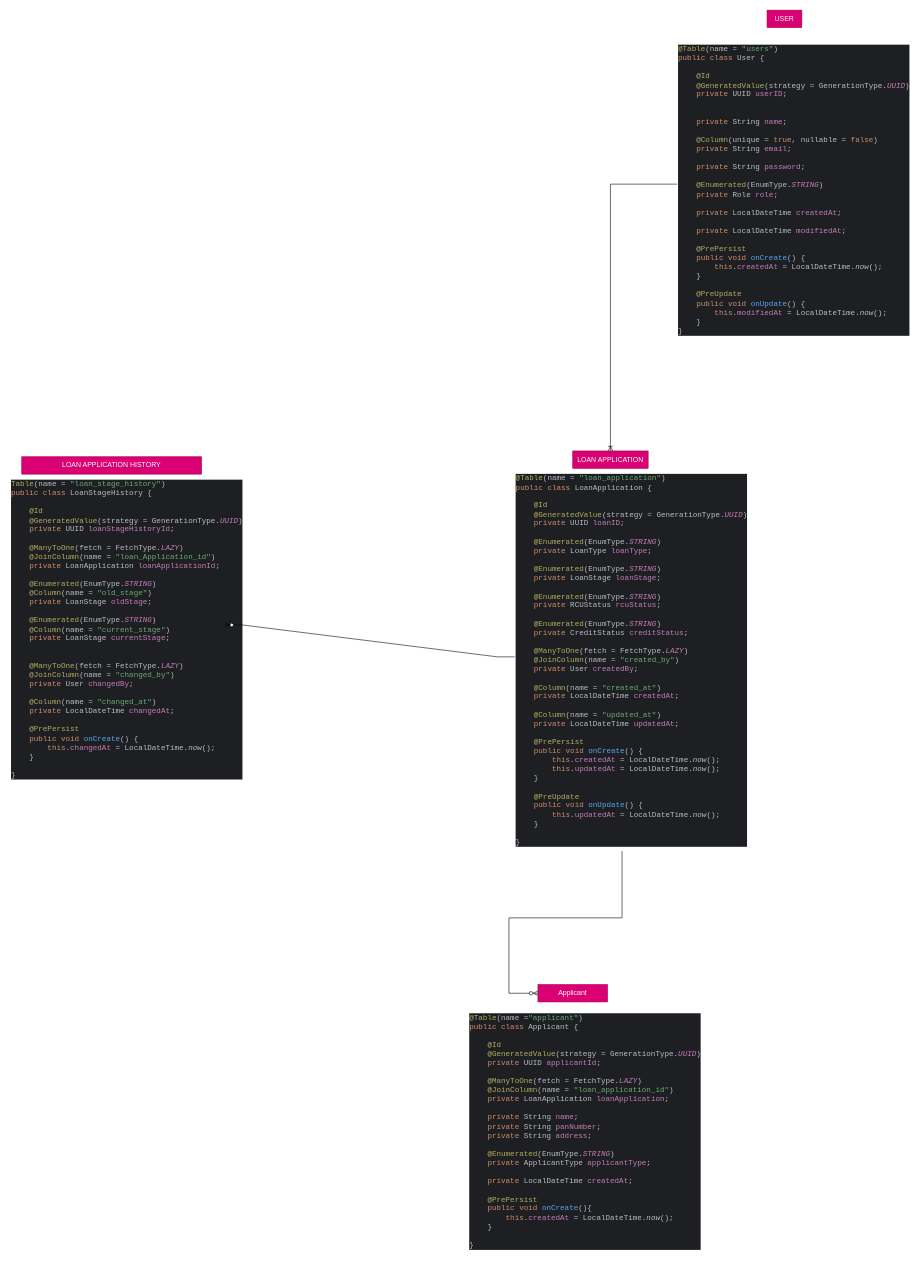
Above: Diagram/RCU workflow ER Diagram.drawio in NeoShubh/Loan-Application-System (draw.io), before the change. Source tidied: cells renumbered, new cells numbered last; positions are measured from the earlier drawing's top-left corner, leaving out a move shared by most shapes. Both pictures are drawn from the tidied source at 58%, with x=0, y=0 at pixel (10, 10).
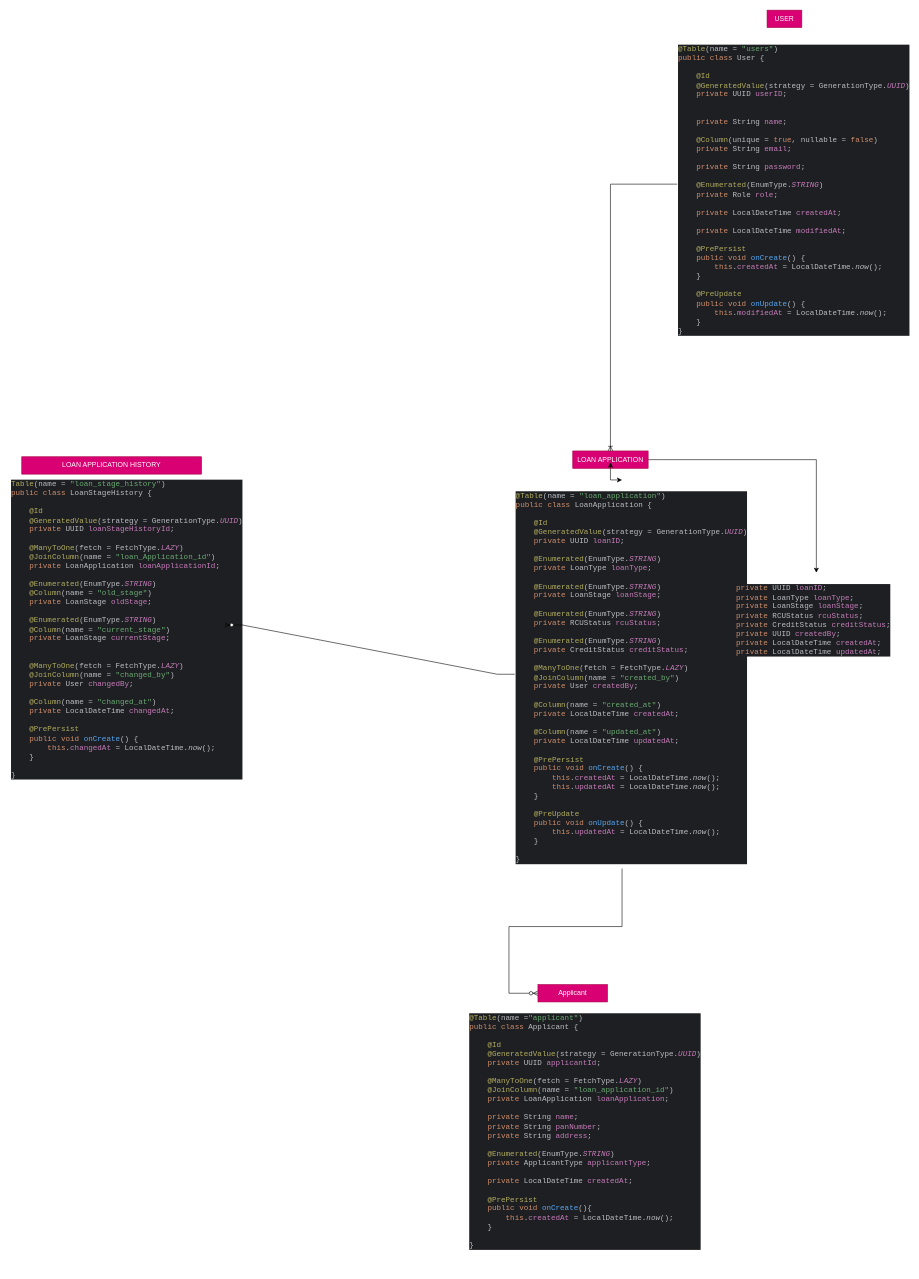
After the change.

The edit, as a diff of the source:
```diff
@@
 <mxGraphModel>
   <root>
     <mxCell id="0" />
     <mxCell id="1" parent="0" />
     <mxCell id="2" value="&lt;div style=&quot;background-color: rgb(30, 31, 34); color: rgb(188, 190, 196);&quot;&gt;&lt;pre style=&quot;font-family:'JetBrains Mono',monospace;font-size:9.8pt;&quot;&gt;&lt;span style=&quot;color: rgb(179, 174, 96);&quot;&gt;@Table&lt;/span&gt;(name = &lt;span style=&quot;color: rgb(106, 171, 115);&quot;&gt;&quot;users&quot;&lt;/span&gt;)&lt;br&gt;&lt;span style=&quot;color: rgb(207, 142, 109);&quot;&gt;public class &lt;/span&gt;User { &lt;br&gt;&lt;span style=&quot;white-space: pre;&quot;&gt;&#9;&lt;/span&gt;&lt;br&gt;    &lt;span style=&quot;color: rgb(179, 174, 96);&quot;&gt;@Id&lt;br&gt;&lt;/span&gt;&lt;span style=&quot;color: rgb(179, 174, 96);&quot;&gt;    @GeneratedValue&lt;/span&gt;(strategy = GenerationType.&lt;span style=&quot;color: rgb(199, 125, 187); font-style: italic;&quot;&gt;UUID&lt;/span&gt;)&lt;br&gt;    &lt;span style=&quot;color: rgb(207, 142, 109);&quot;&gt;private &lt;/span&gt;UUID &lt;span style=&quot;color: rgb(199, 125, 187);&quot;&gt;userID&lt;/span&gt;;&lt;br&gt;&lt;br&gt;&lt;br&gt;    &lt;span style=&quot;color: rgb(207, 142, 109);&quot;&gt;private &lt;/span&gt;String &lt;span style=&quot;color: rgb(199, 125, 187);&quot;&gt;name&lt;/span&gt;;&lt;br&gt;&lt;br&gt;    &lt;span style=&quot;color: rgb(179, 174, 96);&quot;&gt;@Column&lt;/span&gt;(unique = &lt;span style=&quot;color: rgb(207, 142, 109);&quot;&gt;true&lt;/span&gt;, nullable = &lt;span style=&quot;color: rgb(207, 142, 109);&quot;&gt;false&lt;/span&gt;)&lt;br&gt;    &lt;span style=&quot;color: rgb(207, 142, 109);&quot;&gt;private &lt;/span&gt;String &lt;span style=&quot;color: rgb(199, 125, 187);&quot;&gt;email&lt;/span&gt;;&lt;br&gt;&lt;br&gt;    &lt;span style=&quot;color: rgb(207, 142, 109);&quot;&gt;private &lt;/span&gt;String &lt;span style=&quot;color: rgb(199, 125, 187);&quot;&gt;password&lt;/span&gt;;&lt;br&gt;&lt;br&gt;    &lt;span style=&quot;color: rgb(179, 174, 96);&quot;&gt;@Enumerated&lt;/span&gt;(EnumType.&lt;span style=&quot;color: rgb(199, 125, 187); font-style: italic;&quot;&gt;STRING&lt;/span&gt;)&lt;br&gt;    &lt;span style=&quot;color: rgb(207, 142, 109);&quot;&gt;private &lt;/span&gt;Role &lt;span style=&quot;color: rgb(199, 125, 187);&quot;&gt;role&lt;/span&gt;;&lt;br&gt;&lt;br&gt;    &lt;span style=&quot;color: rgb(207, 142, 109);&quot;&gt;private &lt;/span&gt;LocalDateTime &lt;span style=&quot;color: rgb(199, 125, 187);&quot;&gt;createdAt&lt;/span&gt;;&lt;br&gt;&lt;br&gt;    &lt;span style=&quot;color: rgb(207, 142, 109);&quot;&gt;private &lt;/span&gt;LocalDateTime &lt;span style=&quot;color: rgb(199, 125, 187);&quot;&gt;modifiedAt&lt;/span&gt;;&lt;br&gt;&lt;br&gt;    &lt;span style=&quot;color: rgb(179, 174, 96);&quot;&gt;@PrePersist&lt;br&gt;&lt;/span&gt;&lt;span style=&quot;color: rgb(179, 174, 96);&quot;&gt;    &lt;/span&gt;&lt;span style=&quot;color: rgb(207, 142, 109);&quot;&gt;public void &lt;/span&gt;&lt;span style=&quot;color: rgb(86, 168, 245);&quot;&gt;onCreate&lt;/span&gt;() {&lt;br&gt;        &lt;span style=&quot;color: rgb(207, 142, 109);&quot;&gt;this&lt;/span&gt;.&lt;span style=&quot;color: rgb(199, 125, 187);&quot;&gt;createdAt &lt;/span&gt;= LocalDateTime.&lt;span style=&quot;font-style:italic;&quot;&gt;now&lt;/span&gt;();&lt;br&gt;    }&lt;br&gt;&lt;br&gt;    &lt;span style=&quot;color: rgb(179, 174, 96);&quot;&gt;@PreUpdate&lt;br&gt;&lt;/span&gt;&lt;span style=&quot;color: rgb(179, 174, 96);&quot;&gt;    &lt;/span&gt;&lt;span style=&quot;color: rgb(207, 142, 109);&quot;&gt;public void &lt;/span&gt;&lt;span style=&quot;color: rgb(86, 168, 245);&quot;&gt;onUpdate&lt;/span&gt;() {&lt;br&gt;        &lt;span style=&quot;color: rgb(207, 142, 109);&quot;&gt;this&lt;/span&gt;.&lt;span style=&quot;color: rgb(199, 125, 187);&quot;&gt;modifiedAt &lt;/span&gt;= LocalDateTime.&lt;span style=&quot;font-style:italic;&quot;&gt;now&lt;/span&gt;();&lt;br&gt;    }&lt;br&gt;}&lt;/pre&gt;&lt;/div&gt;" style="text;whiteSpace=wrap;html=1;" parent="1" vertex="1">
       <mxGeometry x="1150" y="40" width="370" height="520" as="geometry" />
     </mxCell>
     <mxCell id="3" value="USER" style="text;html=1;whiteSpace=wrap;strokeColor=#A50040;fillColor=#d80073;align=center;verticalAlign=middle;rounded=0;fontColor=#ffffff;" parent="1" vertex="1">
       <mxGeometry x="1305" width="60" height="30" as="geometry" />
     </mxCell>
     <mxCell id="4" value="&lt;div style=&quot;background-color: rgb(30, 31, 34); color: rgb(188, 190, 196);&quot;&gt;&lt;pre style=&quot;font-family:'JetBrains Mono',monospace;font-size:9.8pt;&quot;&gt;&lt;span style=&quot;color: rgb(179, 174, 96);&quot;&gt;@Table&lt;/span&gt;(name = &lt;span style=&quot;color: rgb(106, 171, 115);&quot;&gt;&quot;loan_application&quot;&lt;/span&gt;)&lt;br&gt;&lt;span style=&quot;color: rgb(207, 142, 109);&quot;&gt;public class &lt;/span&gt;LoanApplication {&lt;br&gt;&lt;br&gt;    &lt;span style=&quot;color: rgb(179, 174, 96);&quot;&gt;@Id&lt;br&gt;&lt;/span&gt;&lt;span style=&quot;color: rgb(179, 174, 96);&quot;&gt;    @GeneratedValue&lt;/span&gt;(strategy = GenerationType.&lt;span style=&quot;color: rgb(199, 125, 187); font-style: italic;&quot;&gt;UUID&lt;/span&gt;)&lt;br&gt;    &lt;span style=&quot;color: rgb(207, 142, 109);&quot;&gt;private &lt;/span&gt;UUID &lt;span style=&quot;color: rgb(199, 125, 187);&quot;&gt;loanID&lt;/span&gt;;&lt;br&gt;&lt;br&gt;    &lt;span style=&quot;color: rgb(179, 174, 96);&quot;&gt;@Enumerated&lt;/span&gt;(EnumType.&lt;span style=&quot;color: rgb(199, 125, 187); font-style: italic;&quot;&gt;STRING&lt;/span&gt;)&lt;br&gt;    &lt;span style=&quot;color: rgb(207, 142, 109);&quot;&gt;private &lt;/span&gt;LoanType &lt;span style=&quot;color: rgb(199, 125, 187);&quot;&gt;loanType&lt;/span&gt;;&lt;br&gt;&lt;br&gt;    &lt;span style=&quot;color: rgb(179, 174, 96);&quot;&gt;@Enumerated&lt;/span&gt;(EnumType.&lt;span style=&quot;color: rgb(199, 125, 187); font-style: italic;&quot;&gt;STRING&lt;/span&gt;)&lt;br&gt;    &lt;span style=&quot;color: rgb(207, 142, 109);&quot;&gt;private &lt;/span&gt;LoanStage &lt;span style=&quot;color: rgb(199, 125, 187);&quot;&gt;loanStage&lt;/span&gt;;&lt;br&gt;&lt;br&gt;    &lt;span style=&quot;color: rgb(179, 174, 96);&quot;&gt;@Enumerated&lt;/span&gt;(EnumType.&lt;span style=&quot;color: rgb(199, 125, 187); font-style: italic;&quot;&gt;STRING&lt;/span&gt;)&lt;br&gt;    &lt;span style=&quot;color: rgb(207, 142, 109);&quot;&gt;private &lt;/span&gt;RCUStatus &lt;span style=&quot;color: rgb(199, 125, 187);&quot;&gt;rcuStatus&lt;/span&gt;;&lt;br&gt;&lt;br&gt;    &lt;span style=&quot;color: rgb(179, 174, 96);&quot;&gt;@Enumerated&lt;/span&gt;(EnumType.&lt;span style=&quot;color: rgb(199, 125, 187); font-style: italic;&quot;&gt;STRING&lt;/span&gt;)&lt;br&gt;    &lt;span style=&quot;color: rgb(207, 142, 109);&quot;&gt;private &lt;/span&gt;CreditStatus &lt;span style=&quot;color: rgb(199, 125, 187);&quot;&gt;creditStatus&lt;/span&gt;;&lt;br&gt;&lt;br&gt;    &lt;span style=&quot;color: rgb(179, 174, 96);&quot;&gt;@ManyToOne&lt;/span&gt;(fetch = FetchType.&lt;span style=&quot;color: rgb(199, 125, 187); font-style: italic;&quot;&gt;LAZY&lt;/span&gt;)&lt;br&gt;    &lt;span style=&quot;color: rgb(179, 174, 96);&quot;&gt;@JoinColumn&lt;/span&gt;(name = &lt;span style=&quot;color: rgb(106, 171, 115);&quot;&gt;&quot;created_by&quot;&lt;/span&gt;)  &lt;span style=&quot;color: rgb(122, 126, 133);&quot;&gt;&lt;br&gt;&lt;/span&gt;&lt;span style=&quot;color: rgb(122, 126, 133);&quot;&gt;    &lt;/span&gt;&lt;span style=&quot;color: rgb(207, 142, 109);&quot;&gt;private &lt;/span&gt;User &lt;span style=&quot;color: rgb(199, 125, 187);&quot;&gt;createdBy&lt;/span&gt;;&lt;br&gt;&lt;br&gt;    &lt;span style=&quot;color: rgb(179, 174, 96);&quot;&gt;@Column&lt;/span&gt;(name = &lt;span style=&quot;color: rgb(106, 171, 115);&quot;&gt;&quot;created_at&quot;&lt;/span&gt;)&lt;br&gt;    &lt;span style=&quot;color: rgb(207, 142, 109);&quot;&gt;private &lt;/span&gt;LocalDateTime &lt;span style=&quot;color: rgb(199, 125, 187);&quot;&gt;createdAt&lt;/span&gt;;&lt;br&gt;&lt;br&gt;    &lt;span style=&quot;color: rgb(179, 174, 96);&quot;&gt;@Column&lt;/span&gt;(name = &lt;span style=&quot;color: rgb(106, 171, 115);&quot;&gt;&quot;updated_at&quot;&lt;/span&gt;)&lt;br&gt;    &lt;span style=&quot;color: rgb(207, 142, 109);&quot;&gt;private &lt;/span&gt;LocalDateTime &lt;span style=&quot;color: rgb(199, 125, 187);&quot;&gt;updatedAt&lt;/span&gt;;&lt;br&gt;&lt;br&gt;    &lt;span style=&quot;color: rgb(179, 174, 96);&quot;&gt;@PrePersist&lt;br&gt;&lt;/span&gt;&lt;span style=&quot;color: rgb(179, 174, 96);&quot;&gt;    &lt;/span&gt;&lt;span style=&quot;color: rgb(207, 142, 109);&quot;&gt;public void &lt;/span&gt;&lt;span style=&quot;color: rgb(86, 168, 245);&quot;&gt;onCreate&lt;/span&gt;() {&lt;br&gt;        &lt;span style=&quot;color: rgb(207, 142, 109);&quot;&gt;this&lt;/span&gt;.&lt;span style=&quot;color: rgb(199, 125, 187);&quot;&gt;createdAt &lt;/span&gt;= LocalDateTime.&lt;span style=&quot;font-style:italic;&quot;&gt;now&lt;/span&gt;();&lt;br&gt;        &lt;span style=&quot;color: rgb(207, 142, 109);&quot;&gt;this&lt;/span&gt;.&lt;span style=&quot;color: rgb(199, 125, 187);&quot;&gt;updatedAt &lt;/span&gt;= LocalDateTime.&lt;span style=&quot;font-style:italic;&quot;&gt;now&lt;/span&gt;();&lt;br&gt;    }&lt;br&gt;&lt;br&gt;    &lt;span style=&quot;color: rgb(179, 174, 96);&quot;&gt;@PreUpdate&lt;br&gt;&lt;/span&gt;&lt;span style=&quot;color: rgb(179, 174, 96);&quot;&gt;    &lt;/span&gt;&lt;span style=&quot;color: rgb(207, 142, 109);&quot;&gt;public void &lt;/span&gt;&lt;span style=&quot;color: rgb(86, 168, 245);&quot;&gt;onUpdate&lt;/span&gt;() {&lt;br&gt;        &lt;span style=&quot;color: rgb(207, 142, 109);&quot;&gt;this&lt;/span&gt;.&lt;span style=&quot;color: rgb(199, 125, 187);&quot;&gt;updatedAt &lt;/span&gt;= LocalDateTime.&lt;span style=&quot;font-style:italic;&quot;&gt;now&lt;/span&gt;();&lt;br&gt;    }&lt;br&gt;&lt;br&gt;}&lt;br&gt;&lt;/pre&gt;&lt;/div&gt;" style="text;whiteSpace=wrap;html=1;" parent="1" vertex="1">
-      <mxGeometry x="870" y="780" width="370" height="670" as="geometry" />
+      <mxGeometry x="870" y="810" width="370" height="670" as="geometry" />
     </mxCell>
     <mxCell id="5" value="&lt;div style=&quot;background-color: rgb(30, 31, 34); color: rgb(188, 190, 196);&quot;&gt;&lt;pre style=&quot;font-family:'JetBrains Mono',monospace;font-size:9.8pt;&quot;&gt;&lt;span style=&quot;color: rgb(179, 174, 96);&quot;&gt;Table&lt;/span&gt;(name = &lt;span style=&quot;color: rgb(106, 171, 115);&quot;&gt;&quot;loan_stage_history&quot;&lt;/span&gt;)&lt;br&gt;&lt;span style=&quot;color: rgb(207, 142, 109);&quot;&gt;public class &lt;/span&gt;LoanStageHistory {&lt;br&gt;&lt;br&gt;    &lt;span style=&quot;color: rgb(179, 174, 96);&quot;&gt;@Id&lt;br&gt;&lt;/span&gt;&lt;span style=&quot;color: rgb(179, 174, 96);&quot;&gt;    @GeneratedValue&lt;/span&gt;(strategy = GenerationType.&lt;span style=&quot;color: rgb(199, 125, 187); font-style: italic;&quot;&gt;UUID&lt;/span&gt;)&lt;br&gt;    &lt;span style=&quot;color: rgb(207, 142, 109);&quot;&gt;private &lt;/span&gt;UUID &lt;span style=&quot;color: rgb(199, 125, 187);&quot;&gt;loanStageHistoryId&lt;/span&gt;;&lt;br&gt;&lt;br&gt;    &lt;span style=&quot;color: rgb(179, 174, 96);&quot;&gt;@ManyToOne&lt;/span&gt;(fetch = FetchType.&lt;span style=&quot;color: rgb(199, 125, 187); font-style: italic;&quot;&gt;LAZY&lt;/span&gt;)&lt;br&gt;    &lt;span style=&quot;color: rgb(179, 174, 96);&quot;&gt;@JoinColumn&lt;/span&gt;(name = &lt;span style=&quot;color: rgb(106, 171, 115);&quot;&gt;&quot;loan_Application_id&quot;&lt;/span&gt;)&lt;br&gt;    &lt;span style=&quot;color: rgb(207, 142, 109);&quot;&gt;private &lt;/span&gt;LoanApplication &lt;span style=&quot;color: rgb(199, 125, 187);&quot;&gt;loanApplicationId&lt;/span&gt;; &lt;span style=&quot;color: rgb(122, 126, 133);&quot;&gt;&lt;br&gt;&lt;/span&gt;&lt;span style=&quot;color: rgb(122, 126, 133);&quot;&gt;&lt;br&gt;&lt;/span&gt;&lt;span style=&quot;color: rgb(122, 126, 133);&quot;&gt;    &lt;/span&gt;&lt;span style=&quot;color: rgb(179, 174, 96);&quot;&gt;@Enumerated&lt;/span&gt;(EnumType.&lt;span style=&quot;color: rgb(199, 125, 187); font-style: italic;&quot;&gt;STRING&lt;/span&gt;)&lt;br&gt;    &lt;span style=&quot;color: rgb(179, 174, 96);&quot;&gt;@Column&lt;/span&gt;(name = &lt;span style=&quot;color: rgb(106, 171, 115);&quot;&gt;&quot;old_stage&quot;&lt;/span&gt;)&lt;br&gt;    &lt;span style=&quot;color: rgb(207, 142, 109);&quot;&gt;private &lt;/span&gt;LoanStage &lt;span style=&quot;color: rgb(199, 125, 187);&quot;&gt;oldStage&lt;/span&gt;;&lt;br&gt;&lt;br&gt;    &lt;span style=&quot;color: rgb(179, 174, 96);&quot;&gt;@Enumerated&lt;/span&gt;(EnumType.&lt;span style=&quot;color: rgb(199, 125, 187); font-style: italic;&quot;&gt;STRING&lt;/span&gt;)&lt;br&gt;    &lt;span style=&quot;color: rgb(179, 174, 96);&quot;&gt;@Column&lt;/span&gt;(name = &lt;span style=&quot;color: rgb(106, 171, 115);&quot;&gt;&quot;current_stage&quot;&lt;/span&gt;)&lt;br&gt;    &lt;span style=&quot;color: rgb(207, 142, 109);&quot;&gt;private &lt;/span&gt;LoanStage &lt;span style=&quot;color: rgb(199, 125, 187);&quot;&gt;currentStage&lt;/span&gt;;&lt;br&gt;&lt;br&gt;&lt;br&gt;    &lt;span style=&quot;color: rgb(179, 174, 96);&quot;&gt;@ManyToOne&lt;/span&gt;(fetch = FetchType.&lt;span style=&quot;color: rgb(199, 125, 187); font-style: italic;&quot;&gt;LAZY&lt;/span&gt;)&lt;br&gt;    &lt;span style=&quot;color: rgb(179, 174, 96);&quot;&gt;@JoinColumn&lt;/span&gt;(name = &lt;span style=&quot;color: rgb(106, 171, 115);&quot;&gt;&quot;changed_by&quot;&lt;/span&gt;)&lt;br&gt;    &lt;span style=&quot;color: rgb(207, 142, 109);&quot;&gt;private &lt;/span&gt;User &lt;span style=&quot;color: rgb(199, 125, 187);&quot;&gt;changedBy&lt;/span&gt;;&lt;br&gt;&lt;br&gt;    &lt;span style=&quot;color: rgb(179, 174, 96);&quot;&gt;@Column&lt;/span&gt;(name = &lt;span style=&quot;color: rgb(106, 171, 115);&quot;&gt;&quot;changed_at&quot;&lt;/span&gt;)&lt;br&gt;    &lt;span style=&quot;color: rgb(207, 142, 109);&quot;&gt;private &lt;/span&gt;LocalDateTime &lt;span style=&quot;color: rgb(199, 125, 187);&quot;&gt;changedAt&lt;/span&gt;;&lt;br&gt;&lt;br&gt;    &lt;span style=&quot;color: rgb(179, 174, 96);&quot;&gt;@PrePersist&lt;br&gt;&lt;/span&gt;&lt;span style=&quot;color: rgb(179, 174, 96);&quot;&gt;    &lt;/span&gt;&lt;span style=&quot;color: rgb(207, 142, 109);&quot;&gt;public void &lt;/span&gt;&lt;span style=&quot;color: rgb(86, 168, 245);&quot;&gt;onCreate&lt;/span&gt;() {&lt;br&gt;        &lt;span style=&quot;color: rgb(207, 142, 109);&quot;&gt;this&lt;/span&gt;.&lt;span style=&quot;color: rgb(199, 125, 187);&quot;&gt;changedAt &lt;/span&gt;= LocalDateTime.&lt;span style=&quot;font-style:italic;&quot;&gt;now&lt;/span&gt;();&lt;br&gt;    }&lt;br&gt;&lt;br&gt;}&lt;br&gt;&lt;/pre&gt;&lt;/div&gt;" style="text;whiteSpace=wrap;html=1;" parent="1" vertex="1">
       <mxGeometry y="790" width="370" height="540" as="geometry" />
     </mxCell>
+    <mxCell id="13" style="edgeStyle=orthogonalEdgeStyle;rounded=0;jettySize=auto;html=1;" parent="1" edge="1" source="6" target="15">
+      <mxGeometry relative="1" as="geometry" />
+    </mxCell>
+    <mxCell id="14" style="edgeStyle=orthogonalEdgeStyle;rounded=0;jettySize=auto;html=1;" parent="1" edge="1" source="6" target="4">
+      <mxGeometry relative="1" as="geometry" />
+    </mxCell>
     <mxCell id="6" value="LOAN APPLICATION" style="text;html=1;whiteSpace=wrap;strokeColor=#A50040;fillColor=#d80073;align=center;verticalAlign=middle;rounded=0;fontColor=#ffffff;" parent="1" vertex="1">
       <mxGeometry x="970" y="760" width="130" height="30" as="geometry" />
     </mxCell>
     <mxCell id="7" value="LOAN APPLICATION HISTORY" style="text;html=1;whiteSpace=wrap;strokeColor=#A50040;fillColor=#d80073;align=center;verticalAlign=middle;rounded=0;fontColor=#ffffff;" parent="1" vertex="1">
       <mxGeometry x="20" y="770" width="310" height="30" as="geometry" />
     </mxCell>
     <mxCell id="8" value="&lt;div style=&quot;background-color:#1e1f22;color:#bcbec4&quot;&gt;&lt;pre style=&quot;font-family:'JetBrains Mono',monospace;font-size:9.8pt;&quot;&gt;&lt;span style=&quot;color:#b3ae60;&quot;&gt;@Table&lt;/span&gt;(name =&lt;span style=&quot;color:#6aab73;&quot;&gt;&quot;applicant&quot;&lt;/span&gt;)&lt;br&gt;&lt;span style=&quot;color:#cf8e6d;&quot;&gt;public class &lt;/span&gt;Applicant {&lt;br&gt;&lt;br&gt;    &lt;span style=&quot;color:#b3ae60;&quot;&gt;@Id&lt;br&gt;&lt;/span&gt;&lt;span style=&quot;color:#b3ae60;&quot;&gt;    @GeneratedValue&lt;/span&gt;(strategy = GenerationType.&lt;span style=&quot;color:#c77dbb;font-style:italic;&quot;&gt;UUID&lt;/span&gt;)&lt;br&gt;    &lt;span style=&quot;color:#cf8e6d;&quot;&gt;private &lt;/span&gt;UUID &lt;span style=&quot;color:#c77dbb;&quot;&gt;applicantId&lt;/span&gt;;&lt;br&gt;&lt;br&gt;    &lt;span style=&quot;color:#b3ae60;&quot;&gt;@ManyToOne&lt;/span&gt;(fetch = FetchType.&lt;span style=&quot;color:#c77dbb;font-style:italic;&quot;&gt;LAZY&lt;/span&gt;)&lt;br&gt;    &lt;span style=&quot;color:#b3ae60;&quot;&gt;@JoinColumn&lt;/span&gt;(name = &lt;span style=&quot;color:#6aab73;&quot;&gt;&quot;loan_application_id&quot;&lt;/span&gt;)&lt;br&gt;    &lt;span style=&quot;color:#cf8e6d;&quot;&gt;private &lt;/span&gt;LoanApplication &lt;span style=&quot;color:#c77dbb;&quot;&gt;loanApplication&lt;/span&gt;;&lt;br&gt;&lt;br&gt;    &lt;span style=&quot;color:#cf8e6d;&quot;&gt;private &lt;/span&gt;String &lt;span style=&quot;color:#c77dbb;&quot;&gt;name&lt;/span&gt;;&lt;br&gt;    &lt;span style=&quot;color:#cf8e6d;&quot;&gt;private &lt;/span&gt;String &lt;span style=&quot;color:#c77dbb;&quot;&gt;panNumber&lt;/span&gt;;&lt;br&gt;    &lt;span style=&quot;color:#cf8e6d;&quot;&gt;private &lt;/span&gt;String &lt;span style=&quot;color:#c77dbb;&quot;&gt;address&lt;/span&gt;;&lt;br&gt;&lt;br&gt;    &lt;span style=&quot;color:#b3ae60;&quot;&gt;@Enumerated&lt;/span&gt;(EnumType.&lt;span style=&quot;color:#c77dbb;font-style:italic;&quot;&gt;STRING&lt;/span&gt;)&lt;br&gt;    &lt;span style=&quot;color:#cf8e6d;&quot;&gt;private &lt;/span&gt;ApplicantType &lt;span style=&quot;color:#c77dbb;&quot;&gt;applicantType&lt;/span&gt;;&lt;br&gt;&lt;br&gt;    &lt;span style=&quot;color:#cf8e6d;&quot;&gt;private &lt;/span&gt;LocalDateTime &lt;span style=&quot;color:#c77dbb;&quot;&gt;createdAt&lt;/span&gt;;&lt;br&gt;&lt;br&gt;    &lt;span style=&quot;color:#b3ae60;&quot;&gt;@PrePersist&lt;br&gt;&lt;/span&gt;&lt;span style=&quot;color:#b3ae60;&quot;&gt;    &lt;/span&gt;&lt;span style=&quot;color:#cf8e6d;&quot;&gt;public void &lt;/span&gt;&lt;span style=&quot;color:#56a8f5;&quot;&gt;onCreate&lt;/span&gt;(){&lt;br&gt;        &lt;span style=&quot;color:#cf8e6d;&quot;&gt;this&lt;/span&gt;.&lt;span style=&quot;color:#c77dbb;&quot;&gt;createdAt &lt;/span&gt;= LocalDateTime.&lt;span style=&quot;font-style:italic;&quot;&gt;now&lt;/span&gt;();&lt;br&gt;    }&lt;br&gt;&lt;br&gt;}&lt;br&gt;&lt;/pre&gt;&lt;/div&gt;" style="text;whiteSpace=wrap;html=1;" parent="1" vertex="1">
       <mxGeometry x="790" y="1710" width="400" height="460" as="geometry" />
     </mxCell>
     <mxCell id="9" value="Applicant" style="text;html=1;whiteSpace=wrap;strokeColor=#A50040;fillColor=#d80073;align=center;verticalAlign=middle;rounded=0;fontColor=#ffffff;" parent="1" vertex="1">
       <mxGeometry x="910" y="1680" width="120" height="30" as="geometry" />
     </mxCell>
     <mxCell id="10" style="edgeStyle=orthogonalEdgeStyle;fontSize=12;html=1;endArrow=ERoneToMany;rounded=0;entryX=0.5;entryY=0;entryDx=0;entryDy=0;" parent="1" edge="1" source="2" target="6">
       <mxGeometry relative="1" as="geometry" />
     </mxCell>
     <mxCell id="11" style="edgeStyle=entityRelationEdgeStyle;fontSize=12;html=1;endArrow=ERzeroToMany;endFill=1;rounded=0;entryX=1;entryY=0.5;entryDx=0;entryDy=0;exitX=0;exitY=0.5;exitDx=0;exitDy=0;" parent="1" edge="1" source="4" target="5">
       <mxGeometry relative="1" as="geometry" />
     </mxCell>
     <mxCell id="12" style="edgeStyle=orthogonalEdgeStyle;fontSize=12;html=1;endArrow=ERzeroToMany;endFill=1;rounded=0;exitX=0.5;exitY=1;exitDx=0;exitDy=0;entryX=0;entryY=0.5;entryDx=0;entryDy=0;" parent="1" edge="1" source="4" target="9">
       <mxGeometry relative="1" as="geometry" />
     </mxCell>
+    <mxCell id="15" value="&lt;div style=&quot;background-color:#1e1f22;color:#bcbec4&quot;&gt;&lt;pre style=&quot;font-family:'JetBrains Mono',monospace;font-size:9.8pt;&quot;&gt;&lt;span style=&quot;color:#cf8e6d;&quot;&gt;private &lt;/span&gt;UUID &lt;span style=&quot;color:#c77dbb;&quot;&gt;loanID&lt;/span&gt;;&lt;br&gt;&lt;span style=&quot;color:#cf8e6d;&quot;&gt;private &lt;/span&gt;LoanType &lt;span style=&quot;color:#c77dbb;&quot;&gt;loanType&lt;/span&gt;;&lt;br&gt;&lt;span style=&quot;color:#cf8e6d;&quot;&gt;private &lt;/span&gt;LoanStage &lt;span style=&quot;color:#c77dbb;&quot;&gt;loanStage&lt;/span&gt;;&lt;br&gt;&lt;span style=&quot;color:#cf8e6d;&quot;&gt;private &lt;/span&gt;RCUStatus &lt;span style=&quot;color:#c77dbb;&quot;&gt;rcuStatus&lt;/span&gt;;&lt;br&gt;&lt;span style=&quot;color:#cf8e6d;&quot;&gt;private &lt;/span&gt;CreditStatus &lt;span style=&quot;color:#c77dbb;&quot;&gt;creditStatus&lt;/span&gt;;&lt;br&gt;&lt;span style=&quot;color:#cf8e6d;&quot;&gt;private &lt;/span&gt;UUID &lt;span style=&quot;color:#c77dbb;&quot;&gt;createdBy&lt;/span&gt;;&lt;br&gt;&lt;span style=&quot;color:#cf8e6d;&quot;&gt;private &lt;/span&gt;LocalDateTime &lt;span style=&quot;color:#c77dbb;&quot;&gt;createdAt&lt;/span&gt;;&lt;br&gt;&lt;span style=&quot;color:#cf8e6d;&quot;&gt;private &lt;/span&gt;LocalDateTime &lt;span style=&quot;color:#c77dbb;&quot;&gt;updatedAt&lt;/span&gt;;&lt;/pre&gt;&lt;/div&gt;" style="text;whiteSpace=wrap;html=1;" parent="1" vertex="1">
+      <mxGeometry x="1250" y="970" width="280" height="180" as="geometry" />
+    </mxCell>
+    <mxCell id="16" style="edgeStyle=orthogonalEdgeStyle;rounded=0;orthogonalLoop=1;jettySize=auto;html=1;exitX=0.5;exitY=1;exitDx=0;exitDy=0;entryX=0.501;entryY=0.667;entryDx=0;entryDy=0;entryPerimeter=0;" parent="1" edge="1" source="6" target="6">
+      <mxGeometry relative="1" as="geometry" />
+    </mxCell>
   </root>
 </mxGraphModel>
```
